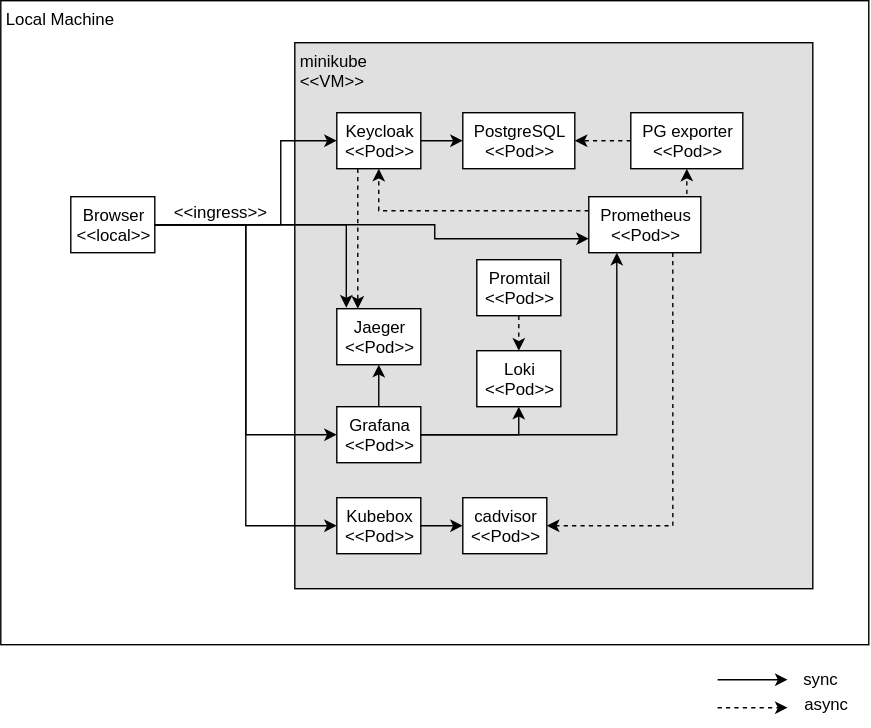
Above: provision/minikube/minikube-runtime-view.dio.svg in keycloak/keycloak-benchmark (draw.io), before the change. Source tidied: cells renumbered, new cells last; positions are measured from the earlier drawing's top-left corner, leaving out a move shared by most shapes.
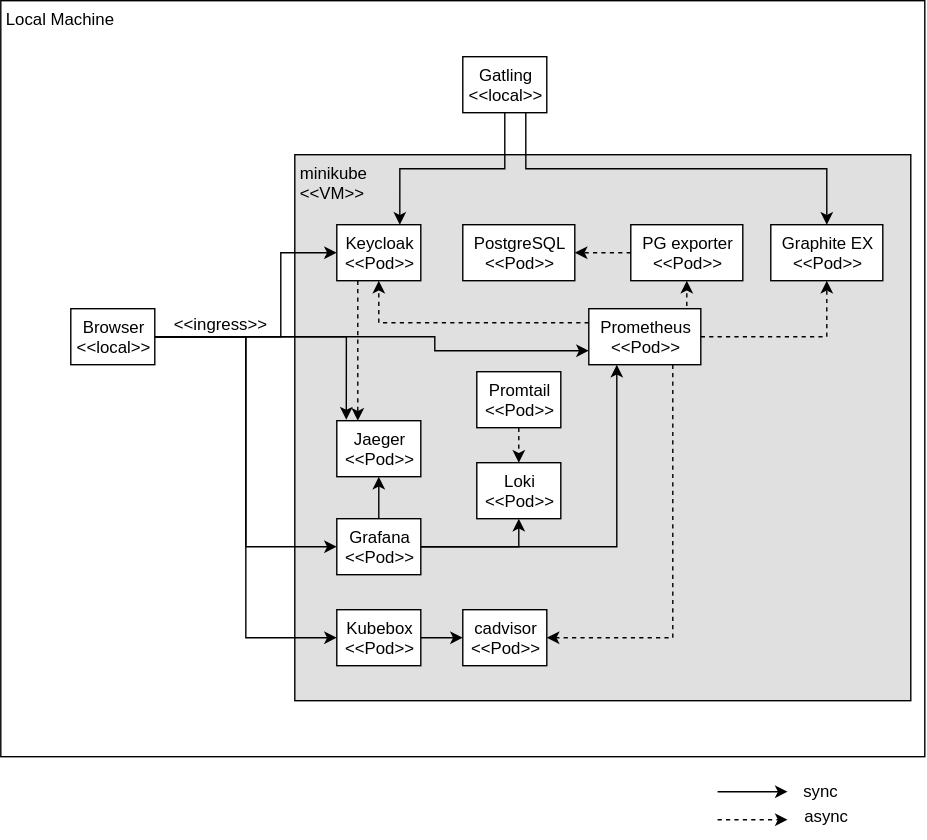
After the change.

Commit message:
Adding Graphite metrics from Grafana to prometheus

The edit, as a diff of the source:
```diff
@@ -3,10 +3,10 @@
     <mxCell id="0" />
     <mxCell id="1" parent="0" />
     <mxCell id="2" value="Local Machine" style="rounded=0;whiteSpace=wrap;html=1;align=left;labelPosition=center;verticalLabelPosition=middle;verticalAlign=top;spacingLeft=2;" parent="1" vertex="1">
-      <mxGeometry width="620" height="460" as="geometry" />
+      <mxGeometry y="-80" width="660" height="540" as="geometry" />
     </mxCell>
     <mxCell id="3" value="minikube&lt;br&gt;&amp;lt;&amp;lt;VM&amp;gt;&amp;gt;" style="rounded=0;whiteSpace=wrap;html=1;align=left;verticalAlign=top;spacing=2;spacingLeft=2;labelBackgroundColor=none;fillColor=#E0E0E0;" parent="1" vertex="1">
-      <mxGeometry x="210" y="30" width="370" height="390" as="geometry" />
+      <mxGeometry x="210" y="30" width="440" height="390" as="geometry" />
     </mxCell>
     <mxCell id="4" style="edgeStyle=orthogonalEdgeStyle;rounded=0;jettySize=auto;html=1;entryX=0.5;entryY=1;entryDx=0;entryDy=0;exitX=0;exitY=0.25;exitDx=0;exitDy=0;dashed=1;" parent="1" edge="1" source="6" target="15">
       <mxGeometry relative="1" as="geometry" />
@@ -38,7 +38,7 @@
     <mxCell id="13" value="cadvisor&lt;br&gt;&amp;lt;&amp;lt;Pod&amp;gt;&amp;gt;" style="rounded=0;whiteSpace=wrap;html=1;align=center;verticalAlign=top;spacing=2;spacingLeft=2;" parent="1" vertex="1">
       <mxGeometry x="330" y="355" width="60" height="40" as="geometry" />
     </mxCell>
-    <mxCell id="14" style="edgeStyle=orthogonalEdgeStyle;rounded=0;jettySize=auto;html=1;entryX=0;entryY=0.5;entryDx=0;entryDy=0;" parent="1" edge="1" source="15" target="16">
+    <mxCell id="14" style="edgeStyle=orthogonalEdgeStyle;rounded=0;jettySize=auto;html=1;entryX=0.75;entryY=0;entryDx=0;entryDy=0;exitX=0.5;exitY=1;exitDx=0;exitDy=0;" parent="1" edge="1" source="37" target="15">
       <mxGeometry relative="1" as="geometry" />
     </mxCell>
     <mxCell id="15" value="Keycloak&lt;br&gt;&amp;lt;&amp;lt;Pod&amp;gt;&amp;gt;" style="rounded=0;whiteSpace=wrap;html=1;align=center;verticalAlign=top;spacing=2;spacingLeft=2;" parent="1" vertex="1">
@@ -123,5 +123,17 @@
     <mxCell id="36" style="edgeStyle=orthogonalEdgeStyle;rounded=0;jettySize=auto;html=1;entryX=0.113;entryY=-0.019;entryDx=0;entryDy=0;exitX=1;exitY=0.5;exitDx=0;exitDy=0;entryPerimeter=0;" parent="1" edge="1" source="23" target="10">
       <mxGeometry relative="1" as="geometry" />
     </mxCell>
+    <mxCell id="37" value="Gatling&lt;br&gt;&amp;lt;&amp;lt;local&amp;gt;&amp;gt;" style="rounded=0;whiteSpace=wrap;html=1;align=center;verticalAlign=top;spacing=2;spacingLeft=2;" parent="1" vertex="1">
+      <mxGeometry x="330" y="-40" width="60" height="40" as="geometry" />
+    </mxCell>
+    <mxCell id="38" value="Graphite EX &amp;lt;&amp;lt;Pod&amp;gt;&amp;gt;" style="rounded=0;whiteSpace=wrap;html=1;align=center;verticalAlign=top;spacing=2;spacingLeft=2;" parent="1" vertex="1">
+      <mxGeometry x="550" y="80" width="80" height="40" as="geometry" />
+    </mxCell>
+    <mxCell id="39" style="edgeStyle=orthogonalEdgeStyle;rounded=0;jettySize=auto;html=1;entryX=0.5;entryY=0;entryDx=0;entryDy=0;exitX=0.75;exitY=1;exitDx=0;exitDy=0;" parent="1" edge="1" source="37" target="38">
+      <mxGeometry relative="1" as="geometry" />
+    </mxCell>
+    <mxCell id="40" style="edgeStyle=orthogonalEdgeStyle;rounded=0;jettySize=auto;html=1;entryX=0.5;entryY=1;entryDx=0;entryDy=0;dashed=1;exitX=1;exitY=0.5;exitDx=0;exitDy=0;" parent="1" edge="1" source="6" target="38">
+      <mxGeometry relative="1" as="geometry" />
+    </mxCell>
   </root>
 </mxGraphModel>
```
